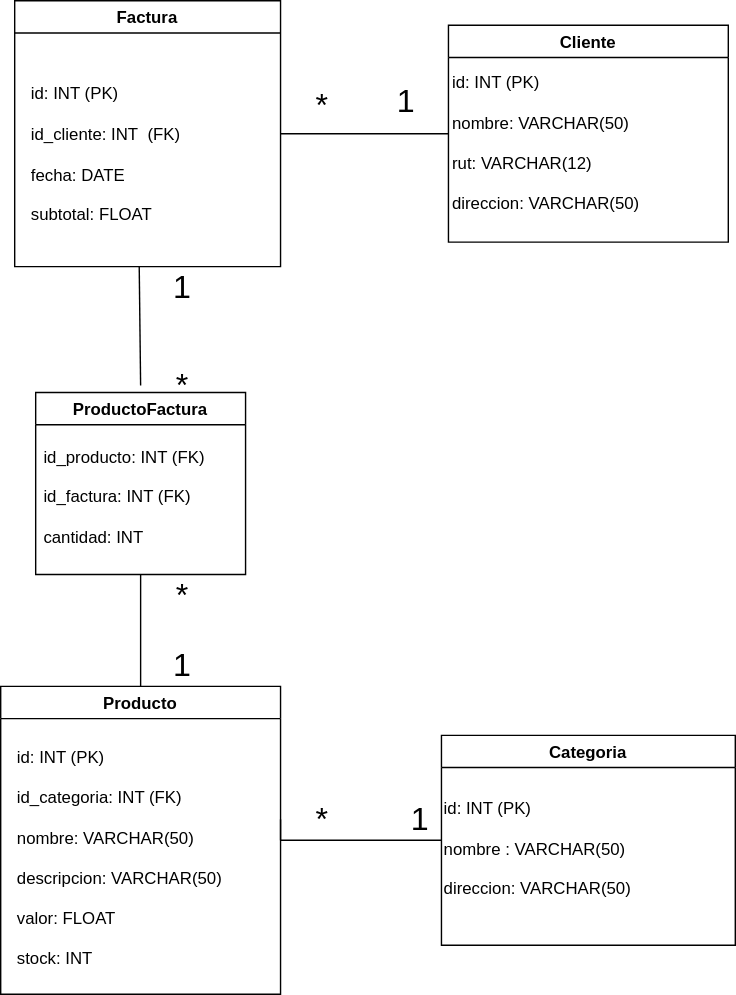
Before: Modelo_Fisico_LTG.drawio.svg, a diagram exported from draw.io (latiscool/Tienda-Electronica---LTG). Source tidied: cells renumbered, new cells last; positions are measured from the earlier drawing's top-left corner, leaving out a move shared by most shapes.
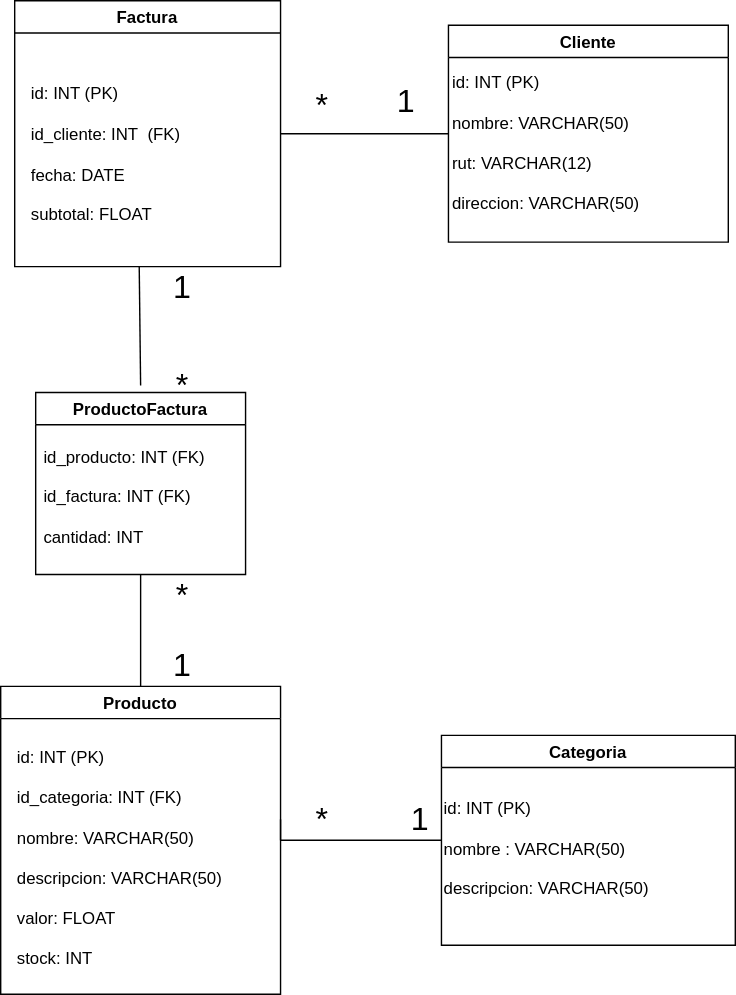
Later version of the same file.

The edit, as a diff of the source:
```diff
@@ -38,8 +38,8 @@
     <mxCell id="13" value="Categoria" style="swimlane;" parent="1" vertex="1">
       <mxGeometry x="315" y="525" width="210" height="150" as="geometry" />
     </mxCell>
-    <mxCell id="14" value="&amp;nbsp; &amp;nbsp; &amp;nbsp; &amp;nbsp; &amp;nbsp; &amp;nbsp;&lt;br&gt;id: INT (PK)&lt;br&gt;&lt;br&gt;nombre : VARCHAR(50)&lt;br&gt;&lt;br&gt;direccion: VARCHAR(50)" style="text;html=1;strokeColor=none;fillColor=none;align=left;verticalAlign=middle;whiteSpace=wrap;rounded=0;" parent="13" vertex="1">
-      <mxGeometry y="28.5" width="149" height="91.5" as="geometry" />
+    <mxCell id="14" value="&amp;nbsp; &amp;nbsp; &amp;nbsp; &amp;nbsp; &amp;nbsp; &amp;nbsp;&lt;br&gt;id: INT (PK)&lt;br&gt;&lt;br&gt;nombre : VARCHAR(50)&lt;br&gt;&lt;br&gt;descripcion: VARCHAR(50)" style="text;html=1;strokeColor=none;fillColor=none;align=left;verticalAlign=middle;whiteSpace=wrap;rounded=0;" parent="13" vertex="1">
+      <mxGeometry y="28.5" width="190" height="91.5" as="geometry" />
     </mxCell>
     <mxCell id="15" value="1" style="text;html=1;strokeColor=none;fillColor=none;align=center;verticalAlign=middle;whiteSpace=wrap;rounded=0;fontSize=23;" parent="1" vertex="1">
       <mxGeometry x="100" y="460" width="60" height="30" as="geometry" />
```
